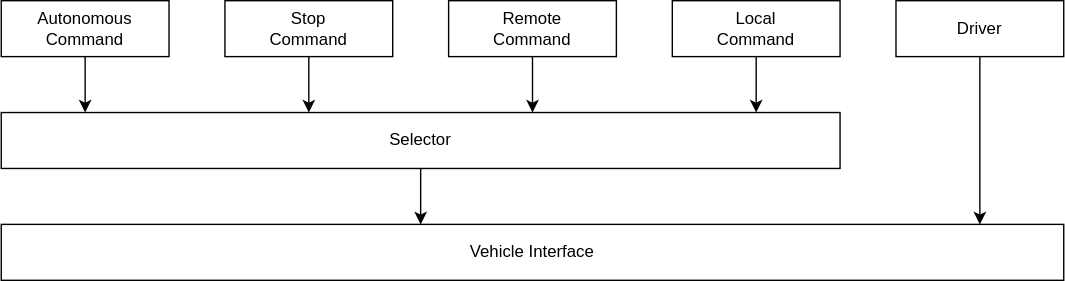
Earlier version of the draw.io export pr-7/design/autoware-interfaces/ad-api/list/api/operation/mode/architecture.drawio.svg (tier4/autoware-documentation). Source tidied: cells renumbered, new cells last; positions are measured from the earlier drawing's top-left corner, leaving out a move shared by most shapes.
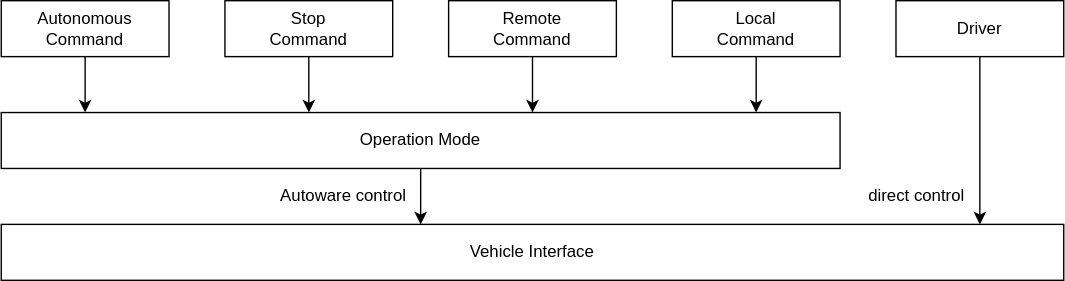
Above is the later version.

The edit, as a diff of the source:
```diff
@@ -54,7 +54,7 @@
         </Array>
       </mxGeometry>
     </mxCell>
-    <mxCell id="11" value="Selector" style="rounded=0;whiteSpace=wrap;html=1;" parent="1" vertex="1">
+    <mxCell id="11" value="Operation Mode" style="rounded=0;whiteSpace=wrap;html=1;" parent="1" vertex="1">
       <mxGeometry y="80" width="600" height="40" as="geometry" />
     </mxCell>
     <mxCell id="12" style="edgeStyle=orthogonalEdgeStyle;rounded=0;html=1;" parent="1" edge="1" source="13" target="14">
@@ -71,5 +71,11 @@
     <mxCell id="14" value="Vehicle Interface" style="rounded=0;whiteSpace=wrap;html=1;" parent="1" vertex="1">
       <mxGeometry y="160" width="760" height="40" as="geometry" />
     </mxCell>
+    <mxCell id="15" value="direct control" style="text;html=1;strokeColor=none;fillColor=none;align=center;verticalAlign=middle;whiteSpace=wrap;rounded=0;" parent="1" vertex="1">
+      <mxGeometry x="610" y="120" width="90" height="40" as="geometry" />
+    </mxCell>
+    <mxCell id="16" value="Autoware control" style="text;html=1;strokeColor=none;fillColor=none;align=center;verticalAlign=middle;whiteSpace=wrap;rounded=0;" parent="1" vertex="1">
+      <mxGeometry x="190" y="120" width="110" height="40" as="geometry" />
+    </mxCell>
   </root>
 </mxGraphModel>
```
